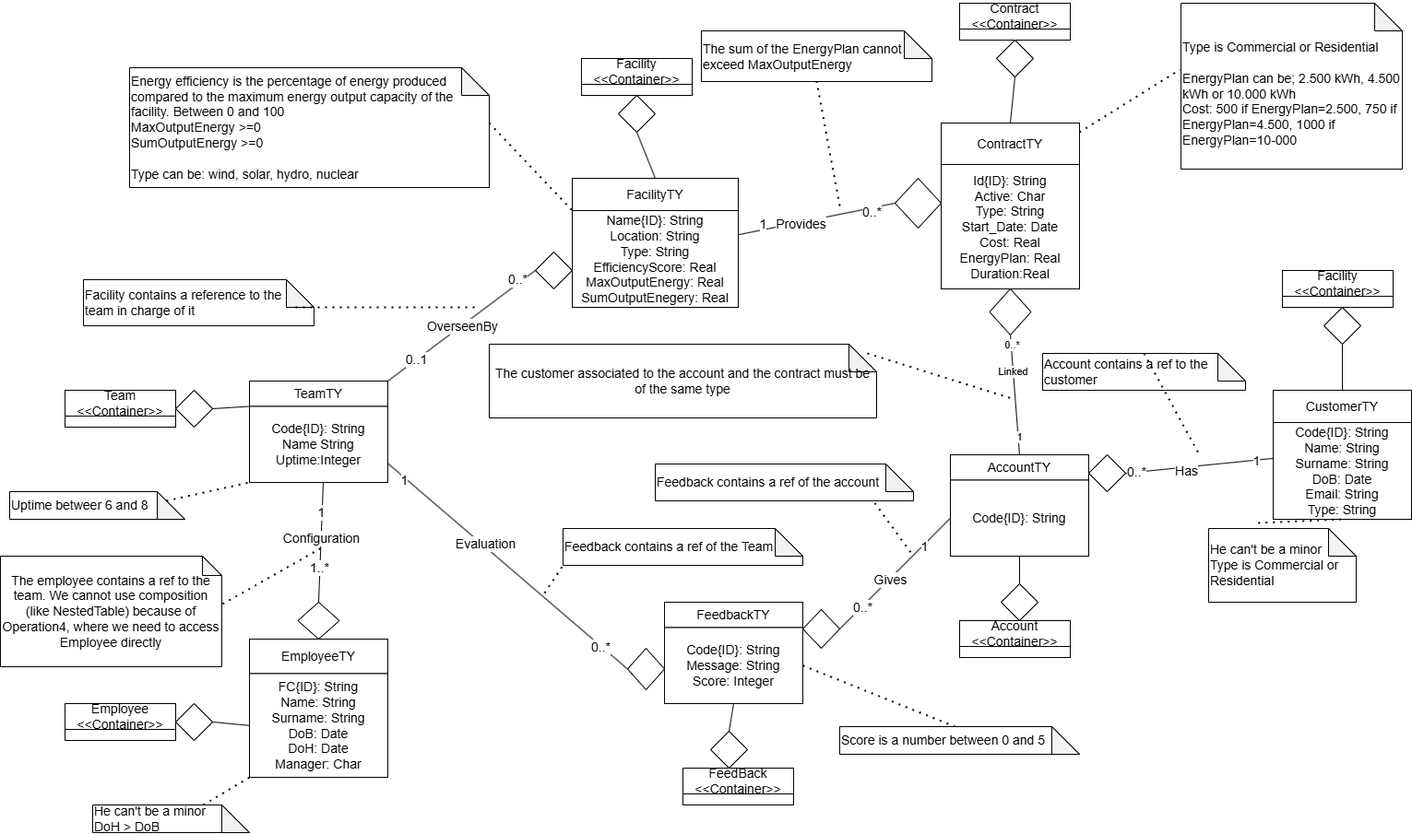
This is Exam/Documentation/images/UML.png from Fonty02/DBSystems, a draw.io export, as it was before one commit. Source tidied: cells renumbered, new cells last; positions are measured from the earlier drawing's top-left corner, leaving out a move shared by most shapes.
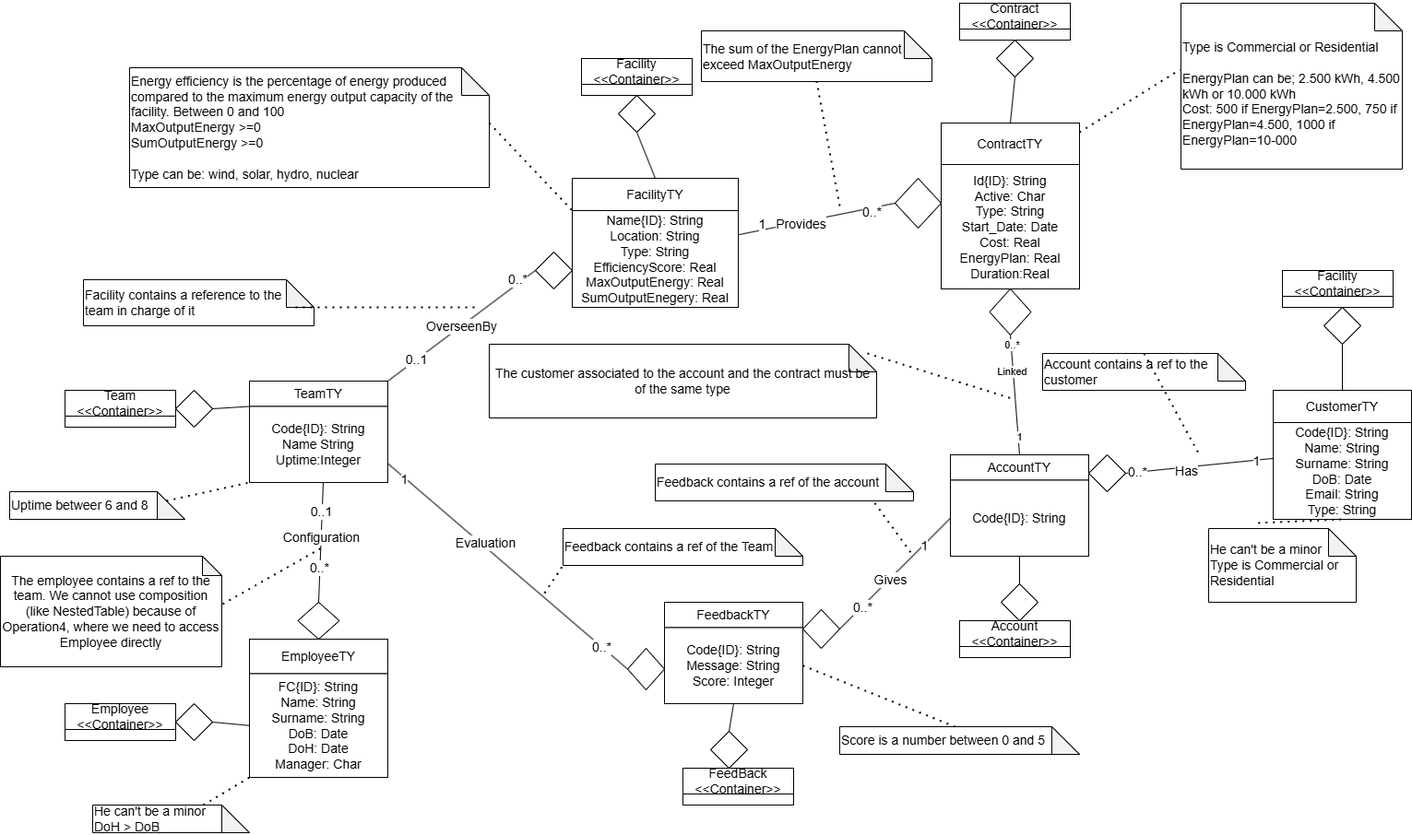
After the change.

Diff of the diagram source:
```diff
@@ -261,10 +261,10 @@
         <mxPoint x="350" y="520" as="targetPoint" />
       </mxGeometry>
     </mxCell>
-    <mxCell id="85" value="1" style="edgeLabel;html=1;align=center;verticalAlign=middle;fontSize=14;" parent="84" vertex="1">
+    <mxCell id="85" value="0..1" style="edgeLabel;html=1;align=center;verticalAlign=middle;fontSize=14;" parent="84" vertex="1">
       <mxGeometry x="0.51" y="1" relative="1" as="geometry" />
     </mxCell>
-    <mxCell id="86" value="1..*" style="edgeLabel;html=1;align=center;verticalAlign=middle;fontSize=14;" parent="84" vertex="1">
+    <mxCell id="86" value="0..*" style="edgeLabel;html=1;align=center;verticalAlign=middle;fontSize=14;" parent="84" vertex="1">
       <mxGeometry x="-0.43" y="1" relative="1" as="geometry" />
     </mxCell>
     <mxCell id="87" value="Configuration" style="edgeLabel;html=1;align=center;verticalAlign=middle;fontSize=14;" parent="84" vertex="1">
```
